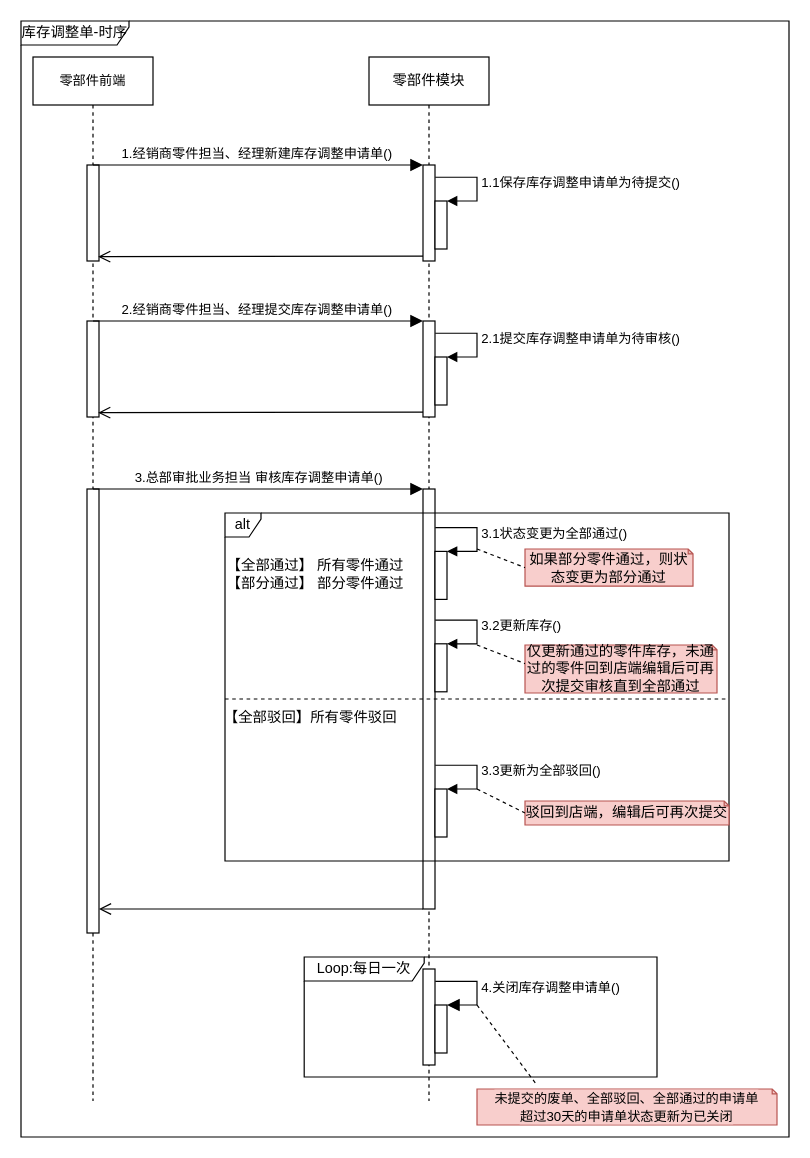
Earlier version of the draw.io diagram page "时序图" (1 of 4) of 库存调整申请单.drawio (1132489442/gitRepository1). Source tidied: cells renumbered, new cells numbered last; positions are measured from the earlier drawing's top-left corner, leaving out a move shared by most shapes. Both pictures are drawn from the tidied source at 120%, with x=0, y=0 at pixel (20, 20).
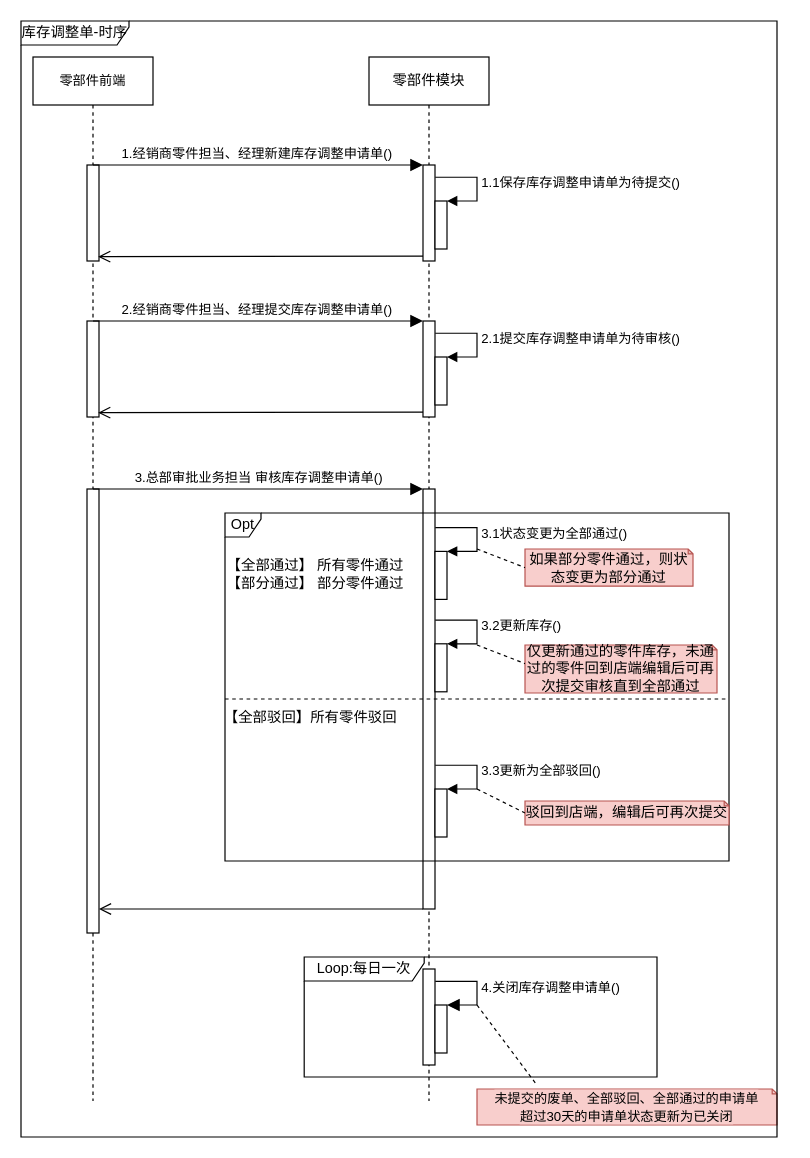
The same diagram, later.

Commit message:
更新库存调整申请单.drawio

Diff of the diagram source:
```diff
@@
-    <mxCell id="16" value="alt" style="shape=umlFrame;whiteSpace=wrap;html=1;width=30;height=20;" parent="1" vertex="1">
+    <mxCell id="16" value="Opt" style="shape=umlFrame;whiteSpace=wrap;html=1;width=30;height=20;" parent="1" vertex="1">
       <mxGeometry x="170" y="410" width="420" height="290" as="geometry" />
     </mxCell>
@@
     <mxCell id="42" value="库存调整单-时序" style="shape=umlFrame;whiteSpace=wrap;html=1;fillColor=#FFFFFF;width=90;height=20;" parent="1" vertex="1">
-      <mxGeometry width="640" height="930" as="geometry" />
+      <mxGeometry width="630" height="930" as="geometry" />
     </mxCell>
```
